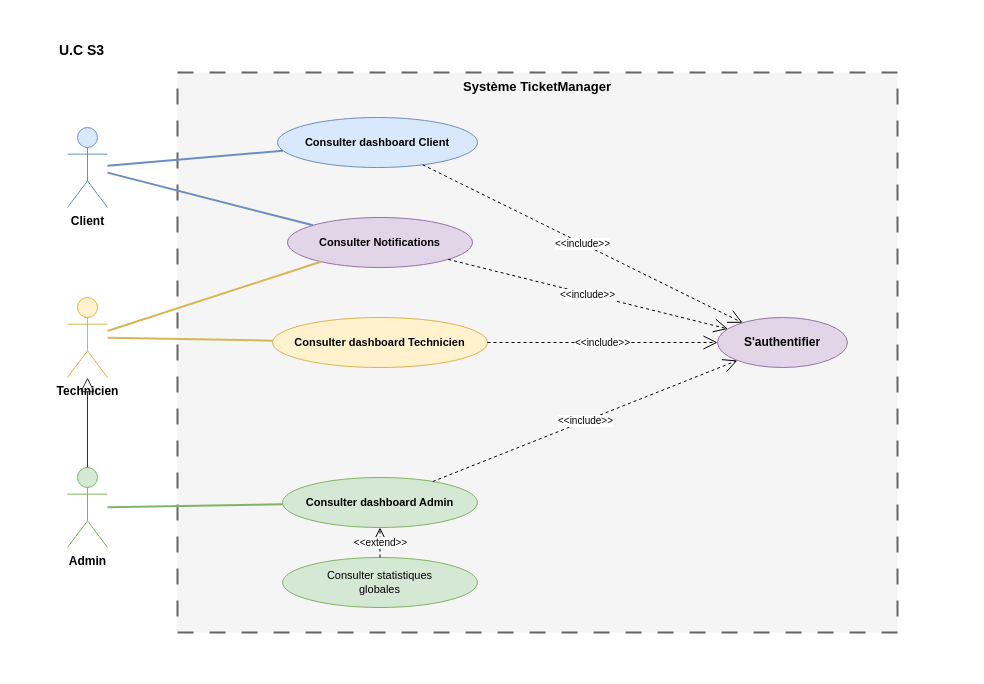
The draw.io diagram docs/diagrammes/cas-utilisation-s3.drawio in amelbenhazem/TicketManager, before the edit. Source tidied: cells renumbered, new cells numbered last; positions are measured from the earlier drawing's top-left corner, leaving out a move shared by most shapes. Both pictures are drawn from the tidied source at 100%, with x=0, y=0 at pixel (17, 17).
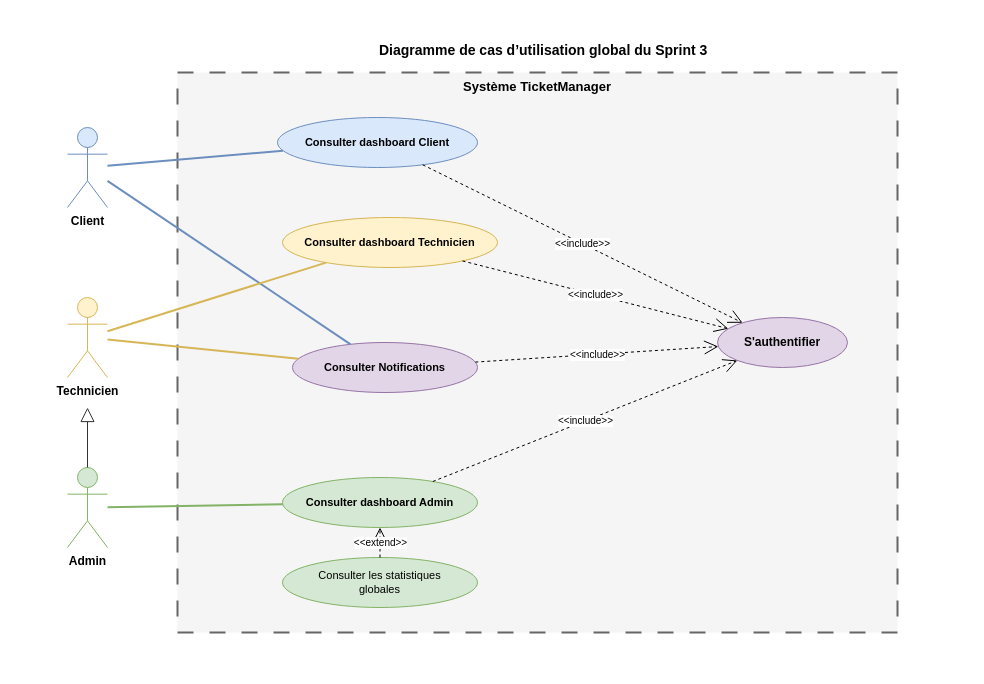
The same page after the edit.

The change refers to these unchanged cells:
```xml
<mxCell id="6" value="Technicien" style="shape=umlActor;verticalLabelPosition=bottom;verticalAlign=top;html=1;outlineConnect=0;fillColor=#fff2cc;strokeColor=#d6b656;fontStyle=1;fontColor=#000000;" parent="1" vertex="1">
  <mxGeometry x="50" y="280" width="40" height="80" as="geometry" />
</mxCell>
<mxCell id="7" value="Admin" style="shape=umlActor;verticalLabelPosition=bottom;verticalAlign=top;html=1;outlineConnect=0;fillColor=#d5e8d4;strokeColor=#82b366;fontStyle=1;fontColor=#000000;" parent="1" vertex="1">
  <mxGeometry x="50" y="450" width="40" height="80" as="geometry" />
</mxCell>
```

The edit, as a diff of the source:
```diff
@@
-    <mxCell id="3" value="U.C S3" style="text;html=1;strokeColor=none;fillColor=none;align=left;verticalAlign=middle;fontSize=14;fontStyle=1;fontColor=#000000;" parent="1" vertex="1">
-      <mxGeometry x="40" y="20" width="100" height="25" as="geometry" />
+    <mxCell id="3" value="Diagramme de cas d’utilisation global du Sprint 3" style="text;html=1;strokeColor=none;fillColor=none;align=left;verticalAlign=middle;fontSize=14;fontStyle=1;fontColor=#000000;" parent="1" vertex="1">
+      <mxGeometry x="360" y="20" width="100" height="25" as="geometry" />
     </mxCell>
@@
-    <mxCell id="8" style="endArrow=block;endFill=0;endSize=12;html=1;rounded=0;strokeColor=#333333;" parent="1" edge="1" source="7" target="6">
-      <mxGeometry relative="1" as="geometry" />
+    <mxCell id="8" style="endArrow=block;endFill=0;endSize=12;html=1;rounded=0;strokeColor=#333333;" parent="1" edge="1" source="7">
+      <mxGeometry relative="1" as="geometry">
+        <mxPoint x="70" y="390" as="targetPoint" />
+      </mxGeometry>
     </mxCell>
@@
     <mxCell id="10" value="Consulter Notifications" style="ellipse;whiteSpace=wrap;html=1;fillColor=#e1d5e7;strokeColor=#9673a6;fontStyle=1;fontSize=11;fontColor=#000000;" parent="1" vertex="1">
-      <mxGeometry x="270" y="200" width="185" height="50" as="geometry" />
+      <mxGeometry x="275" y="325" width="185" height="50" as="geometry" />
     </mxCell>
     <mxCell id="11" value="Consulter dashboard Technicien" style="ellipse;whiteSpace=wrap;html=1;fillColor=#fff2cc;strokeColor=#d6b656;fontStyle=1;fontSize=11;fontColor=#000000;" parent="1" vertex="1">
-      <mxGeometry x="255" y="300" width="215" height="50" as="geometry" />
+      <mxGeometry x="265" y="200" width="215" height="50" as="geometry" />
     </mxCell>
@@
-    <mxCell id="13" value="Consulter statistiques&#10;globales" style="ellipse;whiteSpace=wrap;html=1;fillColor=#d5e8d4;strokeColor=#82b366;fontSize=11;fontColor=#000000;" parent="1" vertex="1">
+    <mxCell id="13" value="Consulter les statistiques&lt;br&gt;globales" style="ellipse;whiteSpace=wrap;html=1;fillColor=#d5e8d4;strokeColor=#82b366;fontSize=11;fontColor=#000000;" parent="1" vertex="1">
       <mxGeometry x="265" y="540" width="195" height="50" as="geometry" />
     </mxCell>
```
